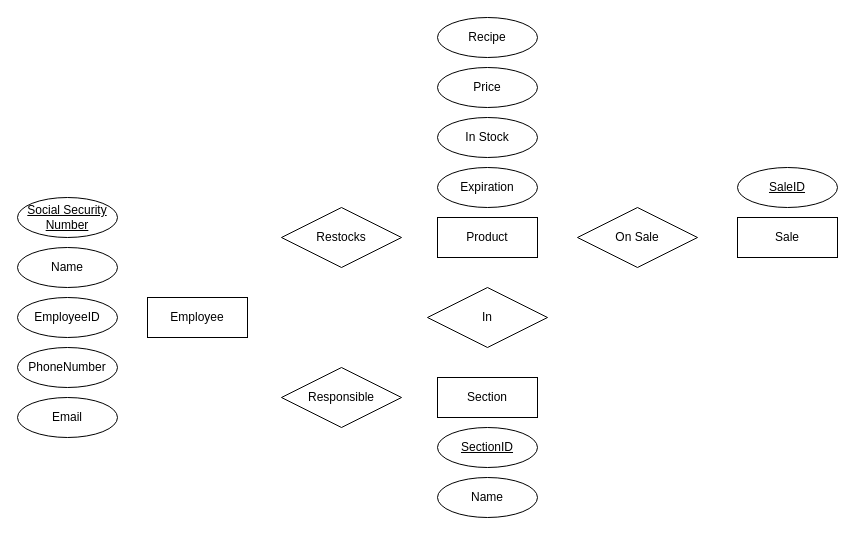
The draw.io diagram Kims förslag.drawio in A-Lord/G5ERDIAG, before the edit. Source tidied: cells renumbered, new cells numbered last; positions are measured from the earlier drawing's top-left corner, leaving out a move shared by most shapes. Both pictures are drawn from the tidied source at 100%, with x=0, y=0 at pixel (17, 17).
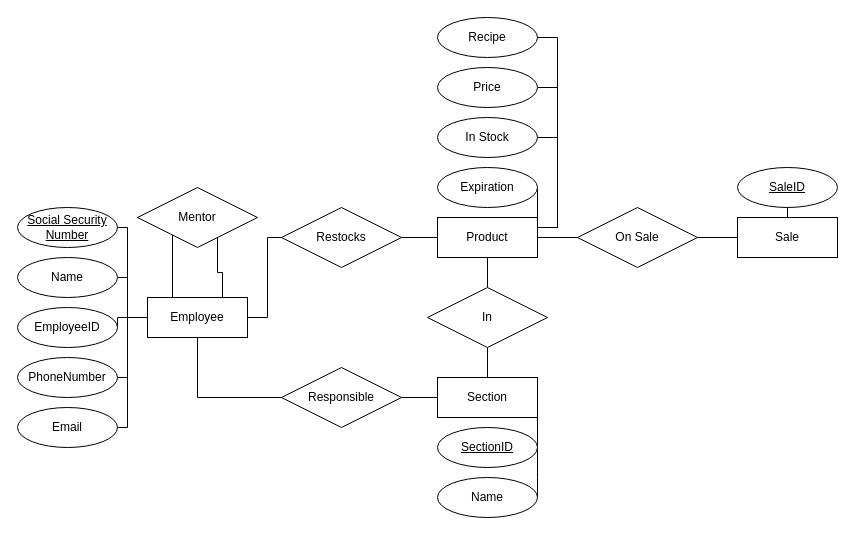
After the change.

Unchanged cells that the change refers to:
```xml
<mxCell id="2" value="Employee" style="whiteSpace=wrap;html=1;align=center;" parent="1" vertex="1">
  <mxGeometry x="130" y="280" width="100" height="40" as="geometry" />
</mxCell>
<mxCell id="8" value="Product" style="whiteSpace=wrap;html=1;align=center;" parent="1" vertex="1">
  <mxGeometry x="420" y="200" width="100" height="40" as="geometry" />
</mxCell>
<mxCell id="9" value="Restocks" style="shape=rhombus;perimeter=rhombusPerimeter;whiteSpace=wrap;html=1;align=center;" parent="1" vertex="1">
  <mxGeometry x="264" y="190" width="120" height="60" as="geometry" />
</mxCell>
<mxCell id="10" value="In" style="shape=rhombus;perimeter=rhombusPerimeter;whiteSpace=wrap;html=1;align=center;" parent="1" vertex="1">
  <mxGeometry x="410" y="270" width="120" height="60" as="geometry" />
</mxCell>
<mxCell id="11" value="Section" style="whiteSpace=wrap;html=1;align=center;" parent="1" vertex="1">
  <mxGeometry x="420" y="360" width="100" height="40" as="geometry" />
</mxCell>
<mxCell id="12" value="Name" style="ellipse;whiteSpace=wrap;html=1;align=center;" parent="1" vertex="1">
  <mxGeometry x="420" y="460" width="100" height="40" as="geometry" />
</mxCell>
<mxCell id="13" value="Responsible" style="shape=rhombus;perimeter=rhombusPerimeter;whiteSpace=wrap;html=1;align=center;" parent="1" vertex="1">
  <mxGeometry x="264" y="350" width="120" height="60" as="geometry" />
</mxCell>
<mxCell id="14" value="In Stock" style="ellipse;whiteSpace=wrap;html=1;align=center;" parent="1" vertex="1">
  <mxGeometry x="420" y="100" width="100" height="40" as="geometry" />
</mxCell>
<mxCell id="15" value="Recipe" style="ellipse;whiteSpace=wrap;html=1;align=center;" parent="1" vertex="1">
  <mxGeometry x="420" width="100" height="40" as="geometry" />
</mxCell>
<mxCell id="16" value="Price" style="ellipse;whiteSpace=wrap;html=1;align=center;" parent="1" vertex="1">
  <mxGeometry x="420" y="50" width="100" height="40" as="geometry" />
</mxCell>
<mxCell id="17" value="Expiration" style="ellipse;whiteSpace=wrap;html=1;align=center;" parent="1" vertex="1">
  <mxGeometry x="420" y="150" width="100" height="40" as="geometry" />
</mxCell>
<mxCell id="18" value="On Sale" style="shape=rhombus;perimeter=rhombusPerimeter;whiteSpace=wrap;html=1;align=center;" parent="1" vertex="1">
  <mxGeometry x="560" y="190" width="120" height="60" as="geometry" />
</mxCell>
<mxCell id="19" value="Sale" style="whiteSpace=wrap;html=1;align=center;" parent="1" vertex="1">
  <mxGeometry x="720" y="200" width="100" height="40" as="geometry" />
</mxCell>
<mxCell id="20" value="SaleID" style="ellipse;whiteSpace=wrap;html=1;align=center;fontStyle=4;" parent="1" vertex="1">
  <mxGeometry x="720" y="150" width="100" height="40" as="geometry" />
</mxCell>
<mxCell id="21" value="SectionID" style="ellipse;whiteSpace=wrap;html=1;align=center;fontStyle=4;" parent="1" vertex="1">
  <mxGeometry x="420" y="410" width="100" height="40" as="geometry" />
</mxCell>
```

The edit, as a diff of the source:
```diff
@@
+    <mxCell id="22" style="edgeStyle=orthogonalEdgeStyle;rounded=0;jettySize=auto;html=1;exitX=0;exitY=0.5;exitDx=0;exitDy=0;entryX=1;entryY=0.5;entryDx=0;entryDy=0;endArrow=none;endFill=0;" parent="1" edge="1" source="2" target="7">
+      <mxGeometry relative="1" as="geometry">
+        <Array as="points">
+          <mxPoint x="110" y="300" />
+          <mxPoint x="110" y="410" />
+        </Array>
+      </mxGeometry>
+    </mxCell>
+    <mxCell id="23" style="edgeStyle=orthogonalEdgeStyle;rounded=0;jettySize=auto;html=1;exitX=1;exitY=0.5;exitDx=0;exitDy=0;entryX=0;entryY=0.5;entryDx=0;entryDy=0;endArrow=none;endFill=0;" parent="1" edge="1" source="2" target="9">
+      <mxGeometry relative="1" as="geometry">
+        <Array as="points">
+          <mxPoint x="250" y="300" />
+          <mxPoint x="250" y="220" />
+        </Array>
+      </mxGeometry>
+    </mxCell>
@@
+    <mxCell id="24" style="edgeStyle=orthogonalEdgeStyle;rounded=0;jettySize=auto;html=1;exitX=1;exitY=0.5;exitDx=0;exitDy=0;entryX=0;entryY=0.5;entryDx=0;entryDy=0;endArrow=none;endFill=0;" parent="1" edge="1" source="3" target="2">
+      <mxGeometry relative="1" as="geometry">
+        <Array as="points">
+          <mxPoint x="110" y="210" />
+          <mxPoint x="110" y="300" />
+        </Array>
+      </mxGeometry>
+    </mxCell>
     <mxCell id="3" value="Social Security Number" style="ellipse;whiteSpace=wrap;html=1;align=center;fontStyle=4;" parent="1" vertex="1">
-      <mxGeometry y="180" width="100" height="40" as="geometry" />
+      <mxGeometry y="190" width="100" height="40" as="geometry" />
     </mxCell>
+    <mxCell id="25" style="edgeStyle=orthogonalEdgeStyle;rounded=0;jettySize=auto;html=1;exitX=1;exitY=0.5;exitDx=0;exitDy=0;entryX=0;entryY=0.5;entryDx=0;entryDy=0;endArrow=none;endFill=0;" parent="1" edge="1" source="4" target="2">
+      <mxGeometry relative="1" as="geometry">
+        <Array as="points">
+          <mxPoint x="110" y="360" />
+          <mxPoint x="110" y="300" />
+        </Array>
+      </mxGeometry>
+    </mxCell>
     <mxCell id="4" value="PhoneNumber" style="ellipse;whiteSpace=wrap;html=1;align=center;" parent="1" vertex="1">
-      <mxGeometry y="330" width="100" height="40" as="geometry" />
+      <mxGeometry y="340" width="100" height="40" as="geometry" />
     </mxCell>
+    <mxCell id="26" style="edgeStyle=orthogonalEdgeStyle;rounded=0;jettySize=auto;html=1;exitX=1;exitY=0.5;exitDx=0;exitDy=0;entryX=0;entryY=0.5;entryDx=0;entryDy=0;endArrow=none;endFill=0;" parent="1" edge="1" source="5" target="2">
+      <mxGeometry relative="1" as="geometry">
+        <Array as="points">
+          <mxPoint x="110" y="260" />
+          <mxPoint x="110" y="300" />
+        </Array>
+      </mxGeometry>
+    </mxCell>
     <mxCell id="5" value="Name" style="ellipse;whiteSpace=wrap;html=1;align=center;" parent="1" vertex="1">
-      <mxGeometry y="230" width="100" height="40" as="geometry" />
+      <mxGeometry y="240" width="100" height="40" as="geometry" />
     </mxCell>
+    <mxCell id="27" style="edgeStyle=orthogonalEdgeStyle;rounded=0;jettySize=auto;html=1;exitX=1;exitY=0.5;exitDx=0;exitDy=0;entryX=0;entryY=0.5;entryDx=0;entryDy=0;endArrow=none;endFill=0;" parent="1" edge="1" source="6" target="2">
+      <mxGeometry relative="1" as="geometry">
+        <Array as="points">
+          <mxPoint x="100" y="300" />
+        </Array>
+      </mxGeometry>
+    </mxCell>
     <mxCell id="6" value="EmployeeID" style="ellipse;whiteSpace=wrap;html=1;align=center;" parent="1" vertex="1">
-      <mxGeometry y="280" width="100" height="40" as="geometry" />
+      <mxGeometry y="290" width="100" height="40" as="geometry" />
     </mxCell>
     <mxCell id="7" value="Email" style="ellipse;whiteSpace=wrap;html=1;align=center;" parent="1" vertex="1">
-      <mxGeometry y="380" width="100" height="40" as="geometry" />
+      <mxGeometry y="390" width="100" height="40" as="geometry" />
     </mxCell>
+    <mxCell id="28" style="edgeStyle=orthogonalEdgeStyle;rounded=0;jettySize=auto;html=1;exitX=1;exitY=0;exitDx=0;exitDy=0;entryX=1;entryY=0.5;entryDx=0;entryDy=0;endArrow=none;endFill=0;" parent="1" edge="1" source="8" target="17">
+      <mxGeometry relative="1" as="geometry" />
+    </mxCell>
+    <mxCell id="29" style="edgeStyle=orthogonalEdgeStyle;rounded=0;jettySize=auto;html=1;exitX=1;exitY=0.5;exitDx=0;exitDy=0;entryX=0;entryY=0.5;entryDx=0;entryDy=0;endArrow=none;endFill=0;" parent="1" edge="1" source="8" target="18">
+      <mxGeometry relative="1" as="geometry" />
+    </mxCell>
+    <mxCell id="30" style="edgeStyle=orthogonalEdgeStyle;rounded=0;jettySize=auto;html=1;exitX=0.5;exitY=1;exitDx=0;exitDy=0;entryX=0.5;entryY=0;entryDx=0;entryDy=0;endArrow=none;endFill=0;" parent="1" edge="1" source="8" target="10">
+      <mxGeometry relative="1" as="geometry" />
+    </mxCell>
@@
+    <mxCell id="31" style="edgeStyle=orthogonalEdgeStyle;rounded=0;jettySize=auto;html=1;exitX=1;exitY=0.5;exitDx=0;exitDy=0;endArrow=none;endFill=0;" parent="1" edge="1" source="9" target="8">
+      <mxGeometry relative="1" as="geometry" />
+    </mxCell>
@@
+    <mxCell id="32" style="edgeStyle=orthogonalEdgeStyle;rounded=0;jettySize=auto;html=1;exitX=0.5;exitY=1;exitDx=0;exitDy=0;entryX=0.5;entryY=0;entryDx=0;entryDy=0;endArrow=none;endFill=0;" parent="1" edge="1" source="10" target="11">
+      <mxGeometry relative="1" as="geometry" />
+    </mxCell>
@@
+    <mxCell id="33" style="edgeStyle=orthogonalEdgeStyle;rounded=0;jettySize=auto;html=1;exitX=1;exitY=1;exitDx=0;exitDy=0;entryX=1;entryY=0.5;entryDx=0;entryDy=0;endArrow=none;endFill=0;" parent="1" edge="1" source="11" target="21">
+      <mxGeometry relative="1" as="geometry" />
+    </mxCell>
+    <mxCell id="34" style="edgeStyle=orthogonalEdgeStyle;rounded=0;jettySize=auto;html=1;exitX=1;exitY=1;exitDx=0;exitDy=0;entryX=1;entryY=0.5;entryDx=0;entryDy=0;endArrow=none;endFill=0;" parent="1" edge="1" source="11" target="12">
+      <mxGeometry relative="1" as="geometry">
+        <Array as="points">
+          <mxPoint x="520" y="460" />
+          <mxPoint x="520" y="460" />
+        </Array>
+      </mxGeometry>
+    </mxCell>
+    <mxCell id="35" style="edgeStyle=orthogonalEdgeStyle;rounded=0;jettySize=auto;html=1;exitX=0;exitY=0.5;exitDx=0;exitDy=0;entryX=1;entryY=0.5;entryDx=0;entryDy=0;endArrow=none;endFill=0;" parent="1" edge="1" source="11" target="13">
+      <mxGeometry relative="1" as="geometry" />
+    </mxCell>
@@
+    <mxCell id="36" style="edgeStyle=orthogonalEdgeStyle;rounded=0;jettySize=auto;html=1;exitX=0;exitY=0.5;exitDx=0;exitDy=0;entryX=0.5;entryY=1;entryDx=0;entryDy=0;endArrow=none;endFill=0;" parent="1" edge="1" source="13" target="2">
+      <mxGeometry relative="1" as="geometry" />
+    </mxCell>
@@
+    <mxCell id="37" style="edgeStyle=orthogonalEdgeStyle;rounded=0;jettySize=auto;html=1;exitX=1;exitY=0.5;exitDx=0;exitDy=0;entryX=1;entryY=0.25;entryDx=0;entryDy=0;endArrow=none;endFill=0;" parent="1" edge="1" source="14" target="8">
+      <mxGeometry relative="1" as="geometry" />
+    </mxCell>
@@
+    <mxCell id="38" style="edgeStyle=orthogonalEdgeStyle;rounded=0;jettySize=auto;html=1;exitX=1;exitY=0.5;exitDx=0;exitDy=0;entryX=1;entryY=0.25;entryDx=0;entryDy=0;endArrow=none;endFill=0;" parent="1" edge="1" source="15" target="8">
+      <mxGeometry relative="1" as="geometry" />
+    </mxCell>
@@
+    <mxCell id="39" style="edgeStyle=orthogonalEdgeStyle;rounded=0;jettySize=auto;html=1;exitX=1;exitY=0.5;exitDx=0;exitDy=0;entryX=1;entryY=0.25;entryDx=0;entryDy=0;endArrow=none;endFill=0;" parent="1" edge="1" source="16" target="8">
+      <mxGeometry relative="1" as="geometry" />
+    </mxCell>
@@
+    <mxCell id="40" style="edgeStyle=orthogonalEdgeStyle;rounded=0;jettySize=auto;html=1;exitX=1;exitY=0.5;exitDx=0;exitDy=0;entryX=0;entryY=0.5;entryDx=0;entryDy=0;endArrow=none;endFill=0;" parent="1" edge="1" source="18" target="19">
+      <mxGeometry relative="1" as="geometry" />
+    </mxCell>
@@
+    <mxCell id="41" style="edgeStyle=orthogonalEdgeStyle;rounded=0;jettySize=auto;html=1;exitX=0.5;exitY=0;exitDx=0;exitDy=0;entryX=0.5;entryY=1;entryDx=0;entryDy=0;endArrow=none;endFill=0;" parent="1" edge="1" source="19" target="20">
+      <mxGeometry relative="1" as="geometry" />
+    </mxCell>
@@
+    <mxCell id="42" style="edgeStyle=orthogonalEdgeStyle;rounded=0;jettySize=auto;html=1;exitX=0;exitY=0.5;exitDx=0;exitDy=0;entryX=0.25;entryY=0;entryDx=0;entryDy=0;endArrow=none;endFill=0;" parent="1" edge="1" source="44" target="2">
+      <mxGeometry relative="1" as="geometry">
+        <Array as="points">
+          <mxPoint x="155" y="200" />
+        </Array>
+      </mxGeometry>
+    </mxCell>
+    <mxCell id="43" style="edgeStyle=orthogonalEdgeStyle;rounded=0;jettySize=auto;html=1;exitX=1;exitY=1;exitDx=0;exitDy=0;entryX=0.75;entryY=0;entryDx=0;entryDy=0;endArrow=none;endFill=0;" parent="1" edge="1" source="44" target="2">
+      <mxGeometry relative="1" as="geometry">
+        <Array as="points">
+          <mxPoint x="200" y="215" />
+          <mxPoint x="200" y="255" />
+          <mxPoint x="205" y="255" />
+        </Array>
+      </mxGeometry>
+    </mxCell>
+    <mxCell id="44" value="Mentor" style="shape=rhombus;perimeter=rhombusPerimeter;whiteSpace=wrap;html=1;align=center;" parent="1" vertex="1">
+      <mxGeometry x="120" y="170" width="120" height="60" as="geometry" />
+    </mxCell>
```
